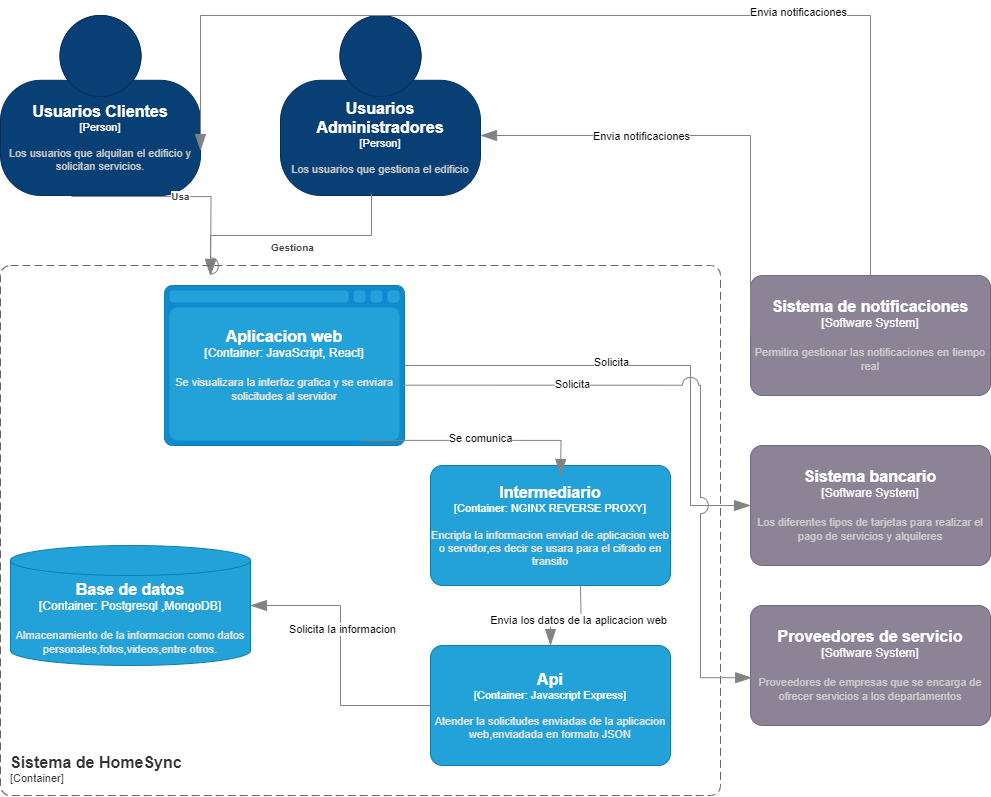
The draw.io diagram 5/5.2/Diagrama contenedor.drawio.png in ulima-arqui242/arqui242-grupo4, before a commit. Source tidied: cells renumbered, new cells last; positions are measured from the earlier drawing's top-left corner, leaving out a move shared by most shapes.
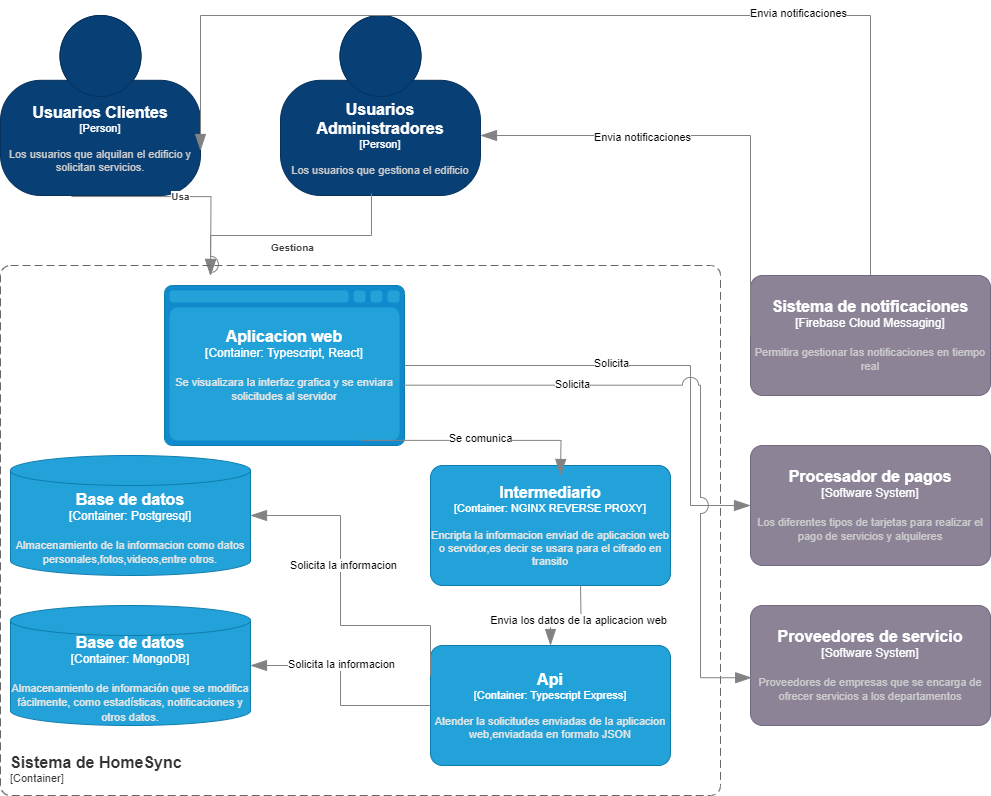
Above is the later version.

Commit message:
Modificaciones del diagrama de contenedor y componentes

The edit, as a diff of the source:
```diff
@@ -7,7 +7,7 @@
         <mxGeometry x="280" width="200" height="180" as="geometry" />
       </mxCell>
     </object>
-    <object id="3" label="&lt;font style=&quot;font-size: 16px&quot;&gt;&lt;b&gt;%c4Name%&lt;/b&gt;&lt;/font&gt;&lt;div&gt;[%c4Type%]&lt;/div&gt;&lt;br&gt;&lt;div&gt;&lt;font style=&quot;font-size: 11px&quot;&gt;&lt;font color=&quot;#cccccc&quot;&gt;%c4Description%&lt;/font&gt;&lt;/div&gt;" c4Description="Los diferentes tipos de tarjetas para realizar el pago de servicios y alquileres" c4Name="Sistema bancario" c4Type="Software System" placeholders="1">
+    <object id="3" label="&lt;font style=&quot;font-size: 16px&quot;&gt;&lt;b&gt;%c4Name%&lt;/b&gt;&lt;/font&gt;&lt;div&gt;[%c4Type%]&lt;/div&gt;&lt;br&gt;&lt;div&gt;&lt;font style=&quot;font-size: 11px&quot;&gt;&lt;font color=&quot;#cccccc&quot;&gt;%c4Description%&lt;/font&gt;&lt;/div&gt;" c4Description="Los diferentes tipos de tarjetas para realizar el pago de servicios y alquileres" c4Name="Procesador de pagos" c4Type="Software System" placeholders="1">
       <mxCell style="rounded=1;whiteSpace=wrap;html=1;labelBackgroundColor=none;fillColor=#8C8496;fontColor=#ffffff;align=center;arcSize=10;strokeColor=#736782;points=[[0.25,0,0],[0.5,0,0],[0.75,0,0],[1,0.25,0],[1,0.5,0],[1,0.75,0],[0.75,1,0],[0.5,1,0],[0.25,1,0],[0,0.75,0],[0,0.5,0],[0,0.25,0]];" parent="1" vertex="1">
         <mxGeometry x="750" y="430" width="240" height="120" as="geometry" />
       </mxCell>
@@ -40,7 +40,7 @@
         </mxGeometry>
       </mxCell>
     </object>
-    <object id="8" label="&lt;font style=&quot;font-size: 16px&quot;&gt;&lt;b&gt;%c4Name%&lt;/b&gt;&lt;/font&gt;&lt;div&gt;[%c4Type%]&lt;/div&gt;&lt;br&gt;&lt;div&gt;&lt;font style=&quot;font-size: 11px&quot;&gt;&lt;font color=&quot;#cccccc&quot;&gt;%c4Description%&lt;/font&gt;&lt;/div&gt;" c4Description="Permitira gestionar las notificaciones en tiempo real" c4Name="Sistema de notificaciones" c4Type="Software System" placeholders="1">
+    <object id="8" label="&lt;font style=&quot;font-size: 16px&quot;&gt;&lt;b&gt;%c4Name%&lt;/b&gt;&lt;/font&gt;&lt;div&gt;[%c4Type%]&lt;/div&gt;&lt;br&gt;&lt;div&gt;&lt;font style=&quot;font-size: 11px&quot;&gt;&lt;font color=&quot;#cccccc&quot;&gt;%c4Description%&lt;/font&gt;&lt;/div&gt;" c4Description="Permitira gestionar las notificaciones en tiempo real" c4Name="Sistema de notificaciones" c4Type="Firebase Cloud Messaging" placeholders="1">
       <mxCell style="rounded=1;whiteSpace=wrap;html=1;labelBackgroundColor=none;fillColor=#8C8496;fontColor=#ffffff;align=center;arcSize=10;strokeColor=#736782;points=[[0.25,0,0],[0.5,0,0],[0.75,0,0],[1,0.25,0],[1,0.5,0],[1,0.75,0],[0.75,1,0],[0.5,1,0],[0.25,1,0],[0,0.75,0],[0,0.5,0],[0,0.25,0]];" parent="1" vertex="1">
         <mxGeometry x="750" y="260" width="240" height="120" as="geometry" />
       </mxCell>
@@ -50,19 +50,19 @@
         <mxGeometry y="250" width="720" height="530" as="geometry" />
       </mxCell>
     </object>
-    <object id="10" label="&lt;font style=&quot;font-size: 16px&quot;&gt;&lt;b&gt;%c4Name%&lt;/b&gt;&lt;/font&gt;&lt;div&gt;[%c4Type%:&amp;nbsp;%c4Technology%]&lt;/div&gt;&lt;br&gt;&lt;div&gt;&lt;font style=&quot;font-size: 11px&quot;&gt;&lt;font color=&quot;#E6E6E6&quot;&gt;%c4Description%&lt;/font&gt;&lt;/div&gt;" c4Description="Se visualizara la interfaz grafica y se enviara solicitudes al servidor" c4Name="Aplicacion web" c4Technology="JavaScript, React" c4Type="Container" placeholders="1">
+    <object id="10" label="&lt;font style=&quot;font-size: 16px&quot;&gt;&lt;b&gt;%c4Name%&lt;/b&gt;&lt;/font&gt;&lt;div&gt;[%c4Type%:&amp;nbsp;%c4Technology%]&lt;/div&gt;&lt;br&gt;&lt;div&gt;&lt;font style=&quot;font-size: 11px&quot;&gt;&lt;font color=&quot;#E6E6E6&quot;&gt;%c4Description%&lt;/font&gt;&lt;/div&gt;" c4Description="Se visualizara la interfaz grafica y se enviara solicitudes al servidor" c4Name="Aplicacion web" c4Technology="Typescript, React" c4Type="Container" placeholders="1">
       <mxCell style="shape=mxgraph.c4.webBrowserContainer2;whiteSpace=wrap;html=1;boundedLbl=1;rounded=0;labelBackgroundColor=none;strokeColor=#118ACD;fillColor=#23A2D9;strokeColor=#118ACD;strokeColor2=#0E7DAD;fontSize=12;fontColor=#ffffff;align=center;points=[[0.5,0,0],[1,0.25,0],[1,0.5,0],[1,0.75,0],[0.5,1,0],[0,0.75,0],[0,0.5,0],[0,0.25,0]];" parent="1" vertex="1">
         <mxGeometry x="164" y="270" width="240" height="160" as="geometry" />
       </mxCell>
     </object>
-    <object id="11" label="&lt;font style=&quot;font-size: 16px&quot;&gt;&lt;b&gt;%c4Name%&lt;/b&gt;&lt;/font&gt;&lt;div&gt;[%c4Type%: %c4Technology%]&lt;/div&gt;&lt;br&gt;&lt;div&gt;&lt;font style=&quot;font-size: 11px&quot;&gt;&lt;font color=&quot;#E6E6E6&quot;&gt;%c4Description%&lt;/font&gt;&lt;/div&gt;" c4Description="Atender la solicitudes enviadas de la aplicacion web,enviadada en formato JSON " c4Name="Api" c4Technology="Javascript Express" c4Type="Container" placeholders="1">
+    <object id="11" label="&lt;font style=&quot;font-size: 16px&quot;&gt;&lt;b&gt;%c4Name%&lt;/b&gt;&lt;/font&gt;&lt;div&gt;[%c4Type%: %c4Technology%]&lt;/div&gt;&lt;br&gt;&lt;div&gt;&lt;font style=&quot;font-size: 11px&quot;&gt;&lt;font color=&quot;#E6E6E6&quot;&gt;%c4Description%&lt;/font&gt;&lt;/div&gt;" c4Description="Atender la solicitudes enviadas de la aplicacion web,enviadada en formato JSON " c4Name="Api" c4Technology="Typescript Express" c4Type="Container" placeholders="1">
       <mxCell style="rounded=1;whiteSpace=wrap;html=1;fontSize=11;labelBackgroundColor=none;fillColor=#23A2D9;fontColor=#ffffff;align=center;arcSize=10;strokeColor=#0E7DAD;points=[[0.25,0,0],[0.5,0,0],[0.75,0,0],[1,0.25,0],[1,0.5,0],[1,0.75,0],[0.75,1,0],[0.5,1,0],[0.25,1,0],[0,0.75,0],[0,0.5,0],[0,0.25,0]];" parent="1" vertex="1">
         <mxGeometry x="430" y="630" width="240" height="120" as="geometry" />
       </mxCell>
     </object>
-    <object id="12" label="&lt;font style=&quot;font-size: 16px&quot;&gt;&lt;b&gt;%c4Name%&lt;/b&gt;&lt;/font&gt;&lt;div&gt;[%c4Type%:&amp;nbsp;%c4Technology%]&lt;/div&gt;&lt;br&gt;&lt;div&gt;&lt;font style=&quot;font-size: 11px&quot;&gt;&lt;font color=&quot;#E6E6E6&quot;&gt;%c4Description%&lt;/font&gt;&lt;/div&gt;" c4Description="Almacenamiento de la informacion como datos personales,fotos,videos,entre otros." c4Name="Base de datos" c4Technology="Postgresql ,MongoDB" c4Type="Container" placeholders="1">
+    <object id="12" label="&lt;font style=&quot;font-size: 16px&quot;&gt;&lt;b&gt;%c4Name%&lt;/b&gt;&lt;/font&gt;&lt;div&gt;[%c4Type%:&amp;nbsp;%c4Technology%]&lt;/div&gt;&lt;br&gt;&lt;div&gt;&lt;font style=&quot;font-size: 11px&quot;&gt;&lt;font color=&quot;#E6E6E6&quot;&gt;%c4Description%&lt;/font&gt;&lt;/div&gt;" c4Description="Almacenamiento de información que se modifica fácilmente, como estadísticas, notificaciones y otros datos." c4Name="Base de datos" c4Technology="MongoDB" c4Type="Container" placeholders="1">
       <mxCell style="shape=cylinder3;size=15;whiteSpace=wrap;html=1;boundedLbl=1;rounded=0;labelBackgroundColor=none;fillColor=#23A2D9;fontSize=12;fontColor=#ffffff;align=center;strokeColor=#0E7DAD;points=[[0.5,0,0],[1,0.25,0],[1,0.5,0],[1,0.75,0],[0.5,1,0],[0,0.75,0],[0,0.5,0],[0,0.25,0]];" parent="1" vertex="1">
-        <mxGeometry x="10" y="530" width="240" height="120" as="geometry" />
+        <mxGeometry x="10" y="590" width="240" height="120" as="geometry" />
       </mxCell>
     </object>
     <object id="13" label="&lt;font style=&quot;font-size: 16px&quot;&gt;&lt;b&gt;%c4Name%&lt;/b&gt;&lt;/font&gt;&lt;div&gt;[%c4Type%: %c4Technology%]&lt;/div&gt;&lt;br&gt;&lt;div&gt;&lt;font style=&quot;font-size: 11px&quot;&gt;&lt;font color=&quot;#E6E6E6&quot;&gt;%c4Description%&lt;/font&gt;&lt;/div&gt;" c4Description="Encripta la informacion enviad de aplicacion web o servidor,es decir se usara para el cifrado en transito" c4Name="Intermediario" c4Technology="NGINX REVERSE PROXY" c4Type="Container" placeholders="1">
@@ -149,5 +149,24 @@
     <mxCell id="27" value="Solicita" style="edgeLabel;html=1;align=center;verticalAlign=middle;" parent="26" vertex="1">
       <mxGeometry x="-0.47" y="1" relative="1" as="geometry" />
     </mxCell>
+    <object id="28" label="&lt;font style=&quot;font-size: 16px&quot;&gt;&lt;b&gt;%c4Name%&lt;/b&gt;&lt;/font&gt;&lt;div&gt;[%c4Type%:&amp;nbsp;%c4Technology%]&lt;/div&gt;&lt;br&gt;&lt;div&gt;&lt;font style=&quot;font-size: 11px&quot;&gt;&lt;font color=&quot;#E6E6E6&quot;&gt;%c4Description%&lt;/font&gt;&lt;/div&gt;" c4Description="Almacenamiento de la informacion como datos personales,fotos,videos,entre otros." c4Name="Base de datos" c4Technology="Postgresql" c4Type="Container" placeholders="1">
+      <mxCell style="shape=cylinder3;size=15;whiteSpace=wrap;html=1;boundedLbl=1;rounded=0;labelBackgroundColor=none;fillColor=#23A2D9;fontSize=12;fontColor=#ffffff;align=center;strokeColor=#0E7DAD;points=[[0.5,0,0],[1,0.25,0],[1,0.5,0],[1,0.75,0],[0.5,1,0],[0,0.75,0],[0,0.5,0],[0,0.25,0]];" parent="1" vertex="1">
+        <mxGeometry x="10" y="440" width="240" height="120" as="geometry" />
+      </mxCell>
+    </object>
+    <object id="29" label="" c4Type="Relationship" placeholders="1">
+      <mxCell style="endArrow=blockThin;html=1;fontSize=10;fontColor=#404040;strokeWidth=1;endFill=1;strokeColor=#828282;elbow=vertical;endSize=14;startSize=14;jumpStyle=arc;jumpSize=16;rounded=0;edgeStyle=orthogonalEdgeStyle;exitX=0;exitY=0.25;exitDx=0;exitDy=0;exitPerimeter=0;entryX=1;entryY=0.5;entryDx=0;entryDy=0;entryPerimeter=0;" parent="1" edge="1" source="11" target="28">
+        <mxGeometry relative="1" as="geometry">
+          <Array as="points">
+            <mxPoint x="430" y="610" />
+            <mxPoint x="340" y="610" />
+            <mxPoint x="340" y="500" />
+          </Array>
+        </mxGeometry>
+      </mxCell>
+    </object>
+    <mxCell id="30" value="Solicita la informacion" style="edgeLabel;html=1;align=center;verticalAlign=middle;" parent="29" vertex="1">
+      <mxGeometry x="0.19" y="-2" relative="1" as="geometry" />
+    </mxCell>
   </root>
 </mxGraphModel>
```
